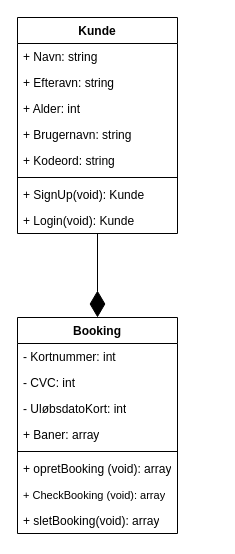
SuneVilsgaard/progb keeps this draw.io diagram as Prog_eksamen.drawio. Above is the earlier version. Source tidied: cells renumbered, new cells numbered last; positions are measured from the earlier drawing's top-left corner, leaving out a move shared by most shapes. Both pictures are drawn from the tidied source at 100%, with x=0, y=0 at pixel (17, 17).
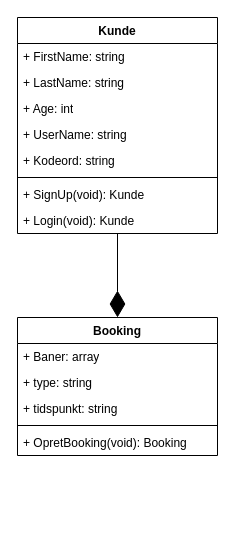
After the change.

Commit message (it also covers changes not shown here):
rettet diagrammer

Change to the diagram source:
```diff
@@
     <mxCell id="2" value="Booking" style="swimlane;fontStyle=1;align=center;verticalAlign=top;horizontal=1;startSize=26;whiteSpace=wrap;html=1;" parent="1" vertex="1">
-      <mxGeometry y="300" width="160" height="216" as="geometry" />
+      <mxGeometry y="300" width="200" height="138" as="geometry" />
     </mxCell>
-    <mxCell id="3" value="- Kortnummer: int" style="text;strokeColor=none;fillColor=none;align=left;verticalAlign=top;spacingLeft=4;spacingRight=4;overflow=hidden;whiteSpace=wrap;html=1;" parent="2" vertex="1">
-      <mxGeometry y="26" width="160" height="26" as="geometry" />
-    </mxCell>
-    <mxCell id="4" value="- CVC: int" style="text;strokeColor=none;fillColor=none;align=left;verticalAlign=top;spacingLeft=4;spacingRight=4;overflow=hidden;whiteSpace=wrap;html=1;" parent="2" vertex="1">
-      <mxGeometry y="52" width="160" height="26" as="geometry" />
-    </mxCell>
-    <mxCell id="5" value="- UløbsdatoKort: int" style="text;strokeColor=none;fillColor=none;align=left;verticalAlign=top;spacingLeft=4;spacingRight=4;overflow=hidden;whiteSpace=wrap;html=1;" parent="2" vertex="1">
-      <mxGeometry y="78" width="160" height="26" as="geometry" />
-    </mxCell>
     <mxCell id="6" value="+ Baner: array" style="text;strokeColor=none;fillColor=none;align=left;verticalAlign=top;spacingLeft=4;spacingRight=4;overflow=hidden;whiteSpace=wrap;html=1;" parent="2" vertex="1">
-      <mxGeometry y="104" width="160" height="26" as="geometry" />
+      <mxGeometry y="26" width="200" height="26" as="geometry" />
     </mxCell>
+    <mxCell id="21" value="+ type: string" style="text;strokeColor=none;fillColor=none;align=left;verticalAlign=top;spacingLeft=4;spacingRight=4;overflow=hidden;whiteSpace=wrap;html=1;" parent="2" vertex="1">
+      <mxGeometry y="52" width="200" height="26" as="geometry" />
+    </mxCell>
+    <mxCell id="22" value="+ tidspunkt: string" style="text;strokeColor=none;fillColor=none;align=left;verticalAlign=top;spacingLeft=4;spacingRight=4;overflow=hidden;whiteSpace=wrap;html=1;" parent="2" vertex="1">
+      <mxGeometry y="78" width="200" height="26" as="geometry" />
+    </mxCell>
     <mxCell id="7" style="line;strokeWidth=1;fillColor=none;align=left;verticalAlign=middle;spacingTop=-1;spacingLeft=3;spacingRight=3;labelPosition=right;strokeColor=inherit;" parent="2" vertex="1">
-      <mxGeometry y="130" width="160" height="8" as="geometry" />
+      <mxGeometry y="104" width="200" height="8" as="geometry" />
     </mxCell>
-    <mxCell id="8" value="+ opretBooking (void): array" style="text;strokeColor=none;fillColor=none;align=left;verticalAlign=top;spacingLeft=4;spacingRight=4;overflow=hidden;whiteSpace=wrap;html=1;" parent="2" vertex="1">
-      <mxGeometry y="138" width="160" height="26" as="geometry" />
+    <mxCell id="8" value="+ OpretBooking(void): Booking" style="text;strokeColor=none;fillColor=none;align=left;verticalAlign=top;spacingLeft=4;spacingRight=4;overflow=hidden;whiteSpace=wrap;html=1;" parent="2" vertex="1">
+      <mxGeometry y="112" width="200" height="26" as="geometry" />
     </mxCell>
-    <mxCell id="9" value="&lt;font style=&quot;font-size: 11px;&quot;&gt;+ CheckBooking (void): array&lt;/font&gt;" style="text;strokeColor=none;fillColor=none;align=left;verticalAlign=top;spacingLeft=4;spacingRight=4;overflow=hidden;whiteSpace=wrap;html=1;" parent="2" vertex="1">
-      <mxGeometry y="164" width="160" height="26" as="geometry" />
-    </mxCell>
-    <mxCell id="10" value="+ sletBooking(void): array" style="text;strokeColor=none;fillColor=none;align=left;verticalAlign=top;spacingLeft=4;spacingRight=4;overflow=hidden;whiteSpace=wrap;html=1;" parent="2" vertex="1">
-      <mxGeometry y="190" width="160" height="26" as="geometry" />
-    </mxCell>
     <mxCell id="11" value="Kunde" style="swimlane;fontStyle=1;align=center;verticalAlign=top;horizontal=1;startSize=26;whiteSpace=wrap;html=1;" parent="1" vertex="1">
-      <mxGeometry width="160" height="216" as="geometry" />
+      <mxGeometry width="200" height="216" as="geometry" />
     </mxCell>
-    <mxCell id="12" value="+ Navn: string" style="text;strokeColor=none;fillColor=none;align=left;verticalAlign=top;spacingLeft=4;spacingRight=4;overflow=hidden;whiteSpace=wrap;html=1;" parent="11" vertex="1">
-      <mxGeometry y="26" width="160" height="26" as="geometry" />
+    <mxCell id="12" value="+ FirstName: string" style="text;strokeColor=none;fillColor=none;align=left;verticalAlign=top;spacingLeft=4;spacingRight=4;overflow=hidden;whiteSpace=wrap;html=1;" parent="11" vertex="1">
+      <mxGeometry y="26" width="200" height="26" as="geometry" />
     </mxCell>
-    <mxCell id="13" value="+ Efteravn: string" style="text;strokeColor=none;fillColor=none;align=left;verticalAlign=top;spacingLeft=4;spacingRight=4;overflow=hidden;whiteSpace=wrap;html=1;" parent="11" vertex="1">
-      <mxGeometry y="52" width="160" height="26" as="geometry" />
+    <mxCell id="13" value="+ LastName: string" style="text;strokeColor=none;fillColor=none;align=left;verticalAlign=top;spacingLeft=4;spacingRight=4;overflow=hidden;whiteSpace=wrap;html=1;" parent="11" vertex="1">
+      <mxGeometry y="52" width="200" height="26" as="geometry" />
     </mxCell>
-    <mxCell id="14" value="+ Alder: int" style="text;strokeColor=none;fillColor=none;align=left;verticalAlign=top;spacingLeft=4;spacingRight=4;overflow=hidden;whiteSpace=wrap;html=1;" parent="11" vertex="1">
-      <mxGeometry y="78" width="160" height="26" as="geometry" />
+    <mxCell id="14" value="+ Age: int" style="text;strokeColor=none;fillColor=none;align=left;verticalAlign=top;spacingLeft=4;spacingRight=4;overflow=hidden;whiteSpace=wrap;html=1;" parent="11" vertex="1">
+      <mxGeometry y="78" width="200" height="26" as="geometry" />
     </mxCell>
-    <mxCell id="15" value="+ Brugernavn: string" style="text;strokeColor=none;fillColor=none;align=left;verticalAlign=top;spacingLeft=4;spacingRight=4;overflow=hidden;whiteSpace=wrap;html=1;" parent="11" vertex="1">
-      <mxGeometry y="104" width="160" height="26" as="geometry" />
+    <mxCell id="15" value="+ UserName: string" style="text;strokeColor=none;fillColor=none;align=left;verticalAlign=top;spacingLeft=4;spacingRight=4;overflow=hidden;whiteSpace=wrap;html=1;" parent="11" vertex="1">
+      <mxGeometry y="104" width="200" height="26" as="geometry" />
     </mxCell>
     <mxCell id="16" value="+ Kodeord: string" style="text;strokeColor=none;fillColor=none;align=left;verticalAlign=top;spacingLeft=4;spacingRight=4;overflow=hidden;whiteSpace=wrap;html=1;" parent="11" vertex="1">
-      <mxGeometry y="130" width="160" height="26" as="geometry" />
+      <mxGeometry y="130" width="200" height="26" as="geometry" />
     </mxCell>
     <mxCell id="17" style="line;strokeWidth=1;fillColor=none;align=left;verticalAlign=middle;spacingTop=-1;spacingLeft=3;spacingRight=3;labelPosition=right;strokeColor=inherit;" parent="11" vertex="1">
-      <mxGeometry y="156" width="160" height="8" as="geometry" />
+      <mxGeometry y="156" width="200" height="8" as="geometry" />
     </mxCell>
     <mxCell id="18" value="+ SignUp(void): Kunde" style="text;strokeColor=none;fillColor=none;align=left;verticalAlign=top;spacingLeft=4;spacingRight=4;overflow=hidden;whiteSpace=wrap;html=1;" parent="11" vertex="1">
-      <mxGeometry y="164" width="160" height="26" as="geometry" />
+      <mxGeometry y="164" width="200" height="26" as="geometry" />
     </mxCell>
     <mxCell id="19" value="+ Login(void): Kunde" style="text;strokeColor=none;fillColor=none;align=left;verticalAlign=top;spacingLeft=4;spacingRight=4;overflow=hidden;whiteSpace=wrap;html=1;" parent="11" vertex="1">
-      <mxGeometry y="190" width="160" height="26" as="geometry" />
+      <mxGeometry y="190" width="200" height="26" as="geometry" />
     </mxCell>
```
